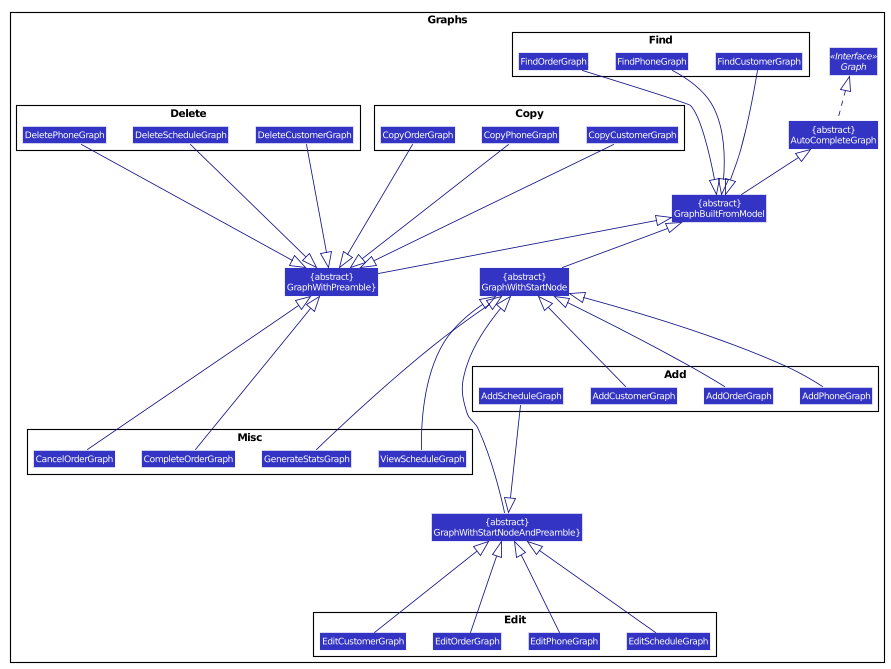
Earlier version of the PlantUML export docs/images/GraphsClassDiagram.png (nus-cs2103-AY1920S1/addressbook-level3). The source it was exported from:
```plantuml
@startuml








skinparam BackgroundColor #FFFFFFF

skinparam Shadowing false

skinparam Class {
    FontColor #FFFFFF
    BorderThickness 1
    BorderColor #FFFFFF
    StereotypeFontColor #FFFFFF
    FontName Arial
}

skinparam Actor {
    BorderColor #000000
    Color #000000
    FontName Arial
}

skinparam Sequence {
    MessageAlign center
    BoxFontSize 15
    BoxPadding 0
    BoxFontColor #FFFFFF
    FontName Arial
}

skinparam Participant {
    FontColor #FFFFFFF
    Padding 20
}

skinparam MinClassWidth 50
skinparam ParticipantPadding 10
skinparam Shadowing false
skinparam DefaultTextAlignment center
skinparam packageStyle Rectangle

hide footbox
hide members
hide circle
skinparam arrowThickness 1.1
skinparam arrowColor #101086
skinparam classBackgroundColor #3333C4

package Graphs {

Interface Graph <<Interface>>
Class "{abstract}\nAutoCompleteGraph" as AutoCompleteGraph
Class "{abstract}\nGraphBuiltFromModel" as GraphBuiltFromModel
Class "{abstract}\nGraphWithStartNode" as GraphWithStartNode
Class "{abstract}\nGraphWithPreamble}" as GraphWithPreamble
Class "{abstract}\nGraphWithStartNodeAndPreamble}" as GraphWithStartNodeAndPreamble

package Add {
Class AddCustomerGraph
Class AddOrderGraph
Class AddPhoneGraph
Class AddScheduleGraph
}

package Copy {
Class CopyCustomerGraph
Class CopyOrderGraph
Class CopyPhoneGraph
}

package Delete {
Class DeleteCustomerGraph
Class DeletePhoneGraph
Class DeleteScheduleGraph
}

package Edit {
Class EditCustomerGraph
Class EditOrderGraph
Class EditPhoneGraph
Class EditScheduleGraph
}

package Find {
Class FindCustomerGraph
Class FindOrderGraph
Class FindPhoneGraph
}

package Misc {
Class CancelOrderGraph
Class CompleteOrderGraph
Class GenerateStatsGraph
Class ViewScheduleGraph
}

}

AutoCompleteGraph .up.|> Graph

GraphBuiltFromModel -up-|> AutoCompleteGraph
GraphWithStartNode -up-|> GraphBuiltFromModel
GraphWithPreamble -up-|> GraphBuiltFromModel
GraphWithStartNodeAndPreamble -up---|> GraphWithStartNode

AddCustomerGraph -up--|> GraphWithStartNode
AddOrderGraph -up--|> GraphWithStartNode
AddPhoneGraph -up--|> GraphWithStartNode
AddScheduleGraph ---|> GraphWithStartNodeAndPreamble

CopyCustomerGraph ---|> GraphWithPreamble
CopyOrderGraph ---|> GraphWithPreamble
CopyPhoneGraph ---|> GraphWithPreamble

DeleteCustomerGraph ---|> GraphWithPreamble
DeletePhoneGraph ---|> GraphWithPreamble
DeleteScheduleGraph ---|> GraphWithPreamble

EditCustomerGraph -up--|> GraphWithStartNodeAndPreamble
EditOrderGraph -up--|> GraphWithStartNodeAndPreamble
EditPhoneGraph -up--|> GraphWithStartNodeAndPreamble
EditScheduleGraph -up--|> GraphWithStartNodeAndPreamble

FindCustomerGraph ---|> GraphBuiltFromModel
FindOrderGraph ---|> GraphBuiltFromModel
FindPhoneGraph ---|> GraphBuiltFromModel

CancelOrderGraph -up--|> GraphWithPreamble
CompleteOrderGraph -up--|> GraphWithPreamble
GenerateStatsGraph -up---|> GraphWithStartNode
ViewScheduleGraph -up--|> GraphWithStartNode

GraphWithPreamble -right[Hidden]-> GraphWithStartNode

@enduml
```
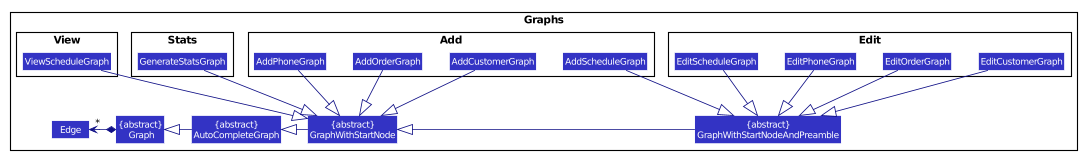
After the commit.

The edit, as a diff of the source:
```diff
@@ -53,30 +53,17 @@
 
 package Graphs {
 
-Interface Graph <<Interface>>
+Class "{abstract}\n Graph" as Graph
 Class "{abstract}\nAutoCompleteGraph" as AutoCompleteGraph
-Class "{abstract}\nGraphBuiltFromModel" as GraphBuiltFromModel
 Class "{abstract}\nGraphWithStartNode" as GraphWithStartNode
-Class "{abstract}\nGraphWithPreamble}" as GraphWithPreamble
-Class "{abstract}\nGraphWithStartNodeAndPreamble}" as GraphWithStartNodeAndPreamble
+Class "{abstract}\nGraphWithStartNodeAndPreamble" as GraphWithStartNodeAndPreamble
+Class Edge
 
 package Add {
 Class AddCustomerGraph
 Class AddOrderGraph
 Class AddPhoneGraph
 Class AddScheduleGraph
-}
-
-package Copy {
-Class CopyCustomerGraph
-Class CopyOrderGraph
-Class CopyPhoneGraph
-}
-
-package Delete {
-Class DeleteCustomerGraph
-Class DeletePhoneGraph
-Class DeleteScheduleGraph
 }
 
 package Edit {
@@ -86,55 +73,33 @@
 Class EditScheduleGraph
 }
 
-package Find {
-Class FindCustomerGraph
-Class FindOrderGraph
-Class FindPhoneGraph
+package Stats {
+Class GenerateStatsGraph
 }
 
-package Misc {
-Class CancelOrderGraph
-Class CompleteOrderGraph
-Class GenerateStatsGraph
+package View {
 Class ViewScheduleGraph
 }
 
 }
 
-AutoCompleteGraph .up.|> Graph
+AutoCompleteGraph -up|> Graph
+GraphWithStartNode -up|> AutoCompleteGraph
+GraphWithStartNodeAndPreamble -up|> GraphWithStartNode
 
-GraphBuiltFromModel -up-|> AutoCompleteGraph
-GraphWithStartNode -up-|> GraphBuiltFromModel
-GraphWithPreamble -up-|> GraphBuiltFromModel
-GraphWithStartNodeAndPreamble -up---|> GraphWithStartNode
+Graph *-left> "*" Edge
 
-AddCustomerGraph -up--|> GraphWithStartNode
-AddOrderGraph -up--|> GraphWithStartNode
-AddPhoneGraph -up--|> GraphWithStartNode
-AddScheduleGraph ---|> GraphWithStartNodeAndPreamble
+ViewScheduleGraph --|> GraphWithStartNode
+GenerateStatsGraph --|> GraphWithStartNode
+AddCustomerGraph --|> GraphWithStartNode
+AddPhoneGraph --|> GraphWithStartNode
+AddOrderGraph --|> GraphWithStartNode
 
-CopyCustomerGraph ---|> GraphWithPreamble
-CopyOrderGraph ---|> GraphWithPreamble
-CopyPhoneGraph ---|> GraphWithPreamble
+AddScheduleGraph --|> GraphWithStartNodeAndPreamble
+EditCustomerGraph --|> GraphWithStartNodeAndPreamble
+EditOrderGraph --|> GraphWithStartNodeAndPreamble
+EditScheduleGraph --|> GraphWithStartNodeAndPreamble
+EditPhoneGraph --|> GraphWithStartNodeAndPreamble
 
-DeleteCustomerGraph ---|> GraphWithPreamble
-DeletePhoneGraph ---|> GraphWithPreamble
-DeleteScheduleGraph ---|> GraphWithPreamble
-
-EditCustomerGraph -up--|> GraphWithStartNodeAndPreamble
-EditOrderGraph -up--|> GraphWithStartNodeAndPreamble
-EditPhoneGraph -up--|> GraphWithStartNodeAndPreamble
-EditScheduleGraph -up--|> GraphWithStartNodeAndPreamble
-
-FindCustomerGraph ---|> GraphBuiltFromModel
-FindOrderGraph ---|> GraphBuiltFromModel
-FindPhoneGraph ---|> GraphBuiltFromModel
-
-CancelOrderGraph -up--|> GraphWithPreamble
-CompleteOrderGraph -up--|> GraphWithPreamble
-GenerateStatsGraph -up---|> GraphWithStartNode
-ViewScheduleGraph -up--|> GraphWithStartNode
-
-GraphWithPreamble -right[Hidden]-> GraphWithStartNode
 
 @enduml
```
